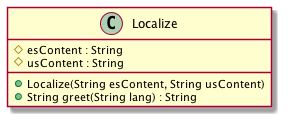
MegaRedHand/algo-thief keeps this PlantUML diagram as diagrams/classes/clase_localize.png. Above is the earlier version.
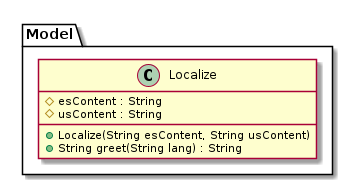
After the commit.

Commit message:
[diagrams] Model package

Change to the diagram source:
```diff
@@ -1,11 +1,13 @@
 @startuml
 
-class Localize {
-    # esContent : String
-    # usContent : String
+package Model {
+        class Localize {
+                # esContent : String
+                # usContent : String
 
-    + Localize(String esContent, String usContent)
-    + String greet(String lang) : String
+                + Localize(String esContent, String usContent)
+                + String greet(String lang) : String
+        }
 }
 
 @enduml
```
